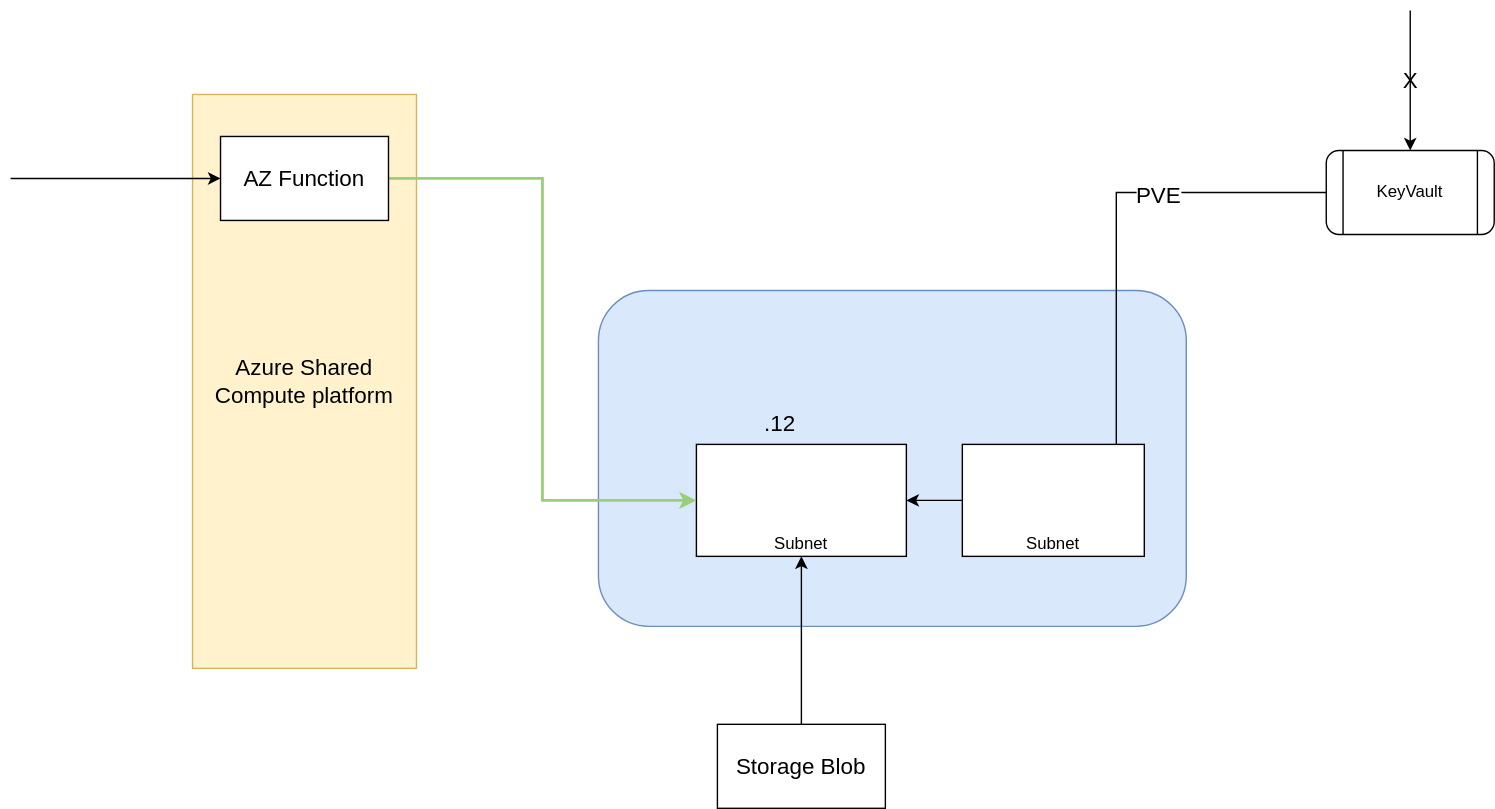
Earlier version of the draw.io export AzureFunctionKeyVaultIntegration.svg (vjavle/invoicecloud). Source tidied: cells renumbered, new cells last; positions are measured from the earlier drawing's top-left corner, leaving out a move shared by most shapes.
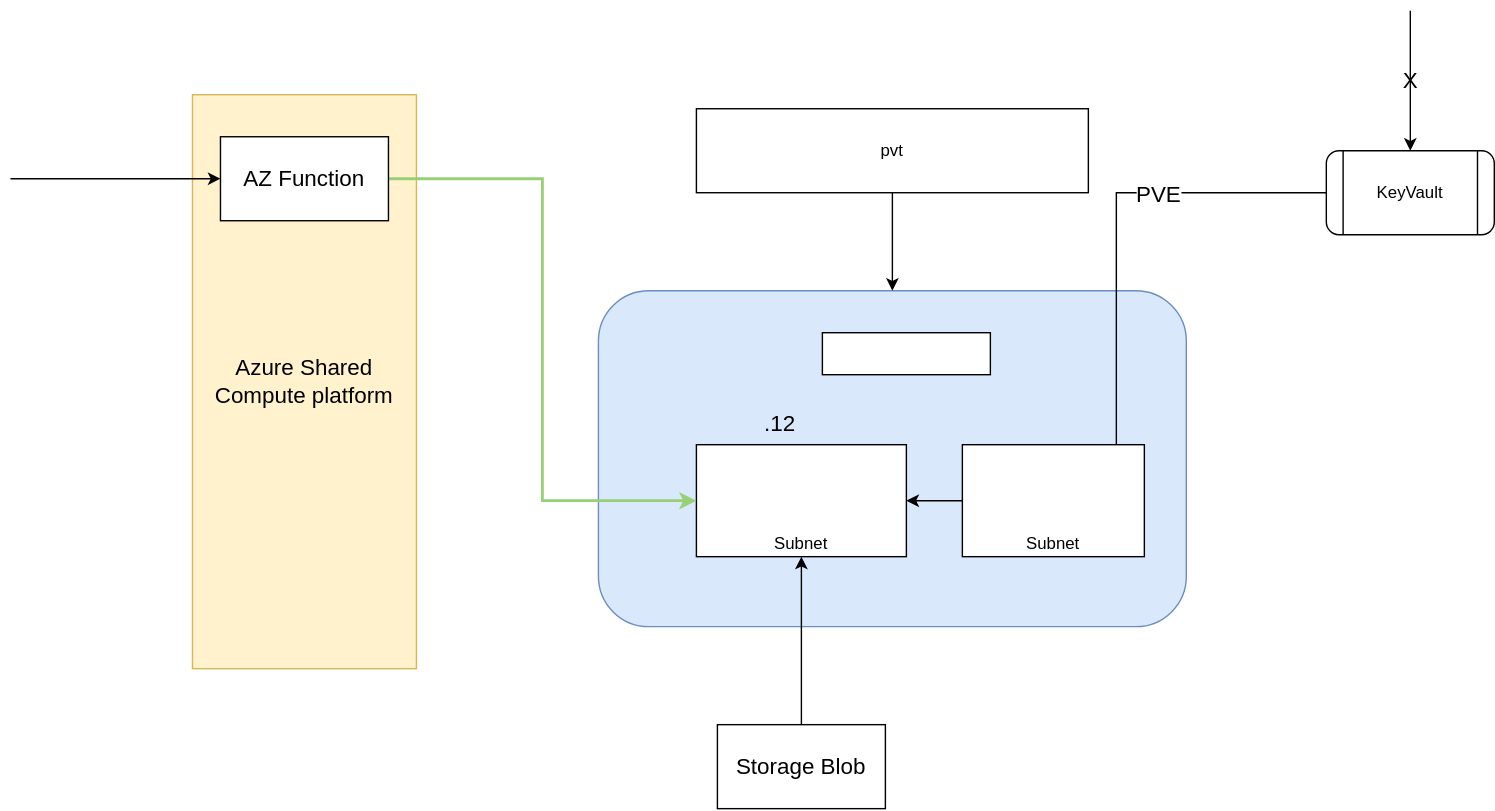
Later version of the same file.

Diff of the diagram source:
```diff
@@ -51,5 +51,14 @@
     <mxCell id="16" value="Subnet" style="rounded=0;whiteSpace=wrap;html=1;verticalAlign=bottom;" parent="1" vertex="1">
       <mxGeometry x="680" y="310" width="130" height="80" as="geometry" />
     </mxCell>
+    <mxCell id="17" style="rounded=0;whiteSpace=wrap;html=1;" parent="1" vertex="1">
+      <mxGeometry x="580" y="230" width="120" height="30" as="geometry" />
+    </mxCell>
+    <mxCell id="18" style="edgeStyle=orthogonalEdgeStyle;rounded=0;jettySize=auto;html=1;" parent="1" edge="1" source="19" target="3">
+      <mxGeometry relative="1" as="geometry" />
+    </mxCell>
+    <mxCell id="19" value="pvt" style="rounded=0;whiteSpace=wrap;html=1;" parent="1" vertex="1">
+      <mxGeometry x="490" y="70" width="280" height="60" as="geometry" />
+    </mxCell>
   </root>
 </mxGraphModel>
```
